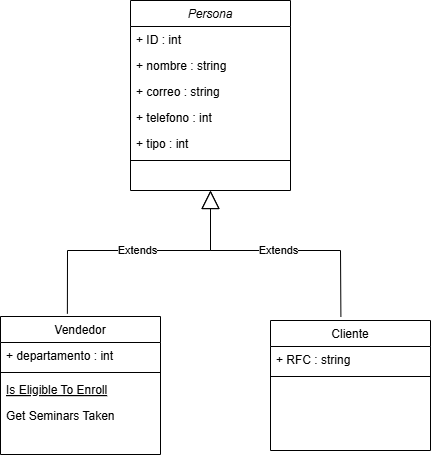
rodur79/varios keeps this draw.io diagram as CursoInfotec_TiendaDepartamental.drawio.png. Above is the earlier version. Source tidied: cells renumbered, new cells last; positions are measured from the earlier drawing's top-left corner, leaving out a move shared by most shapes.
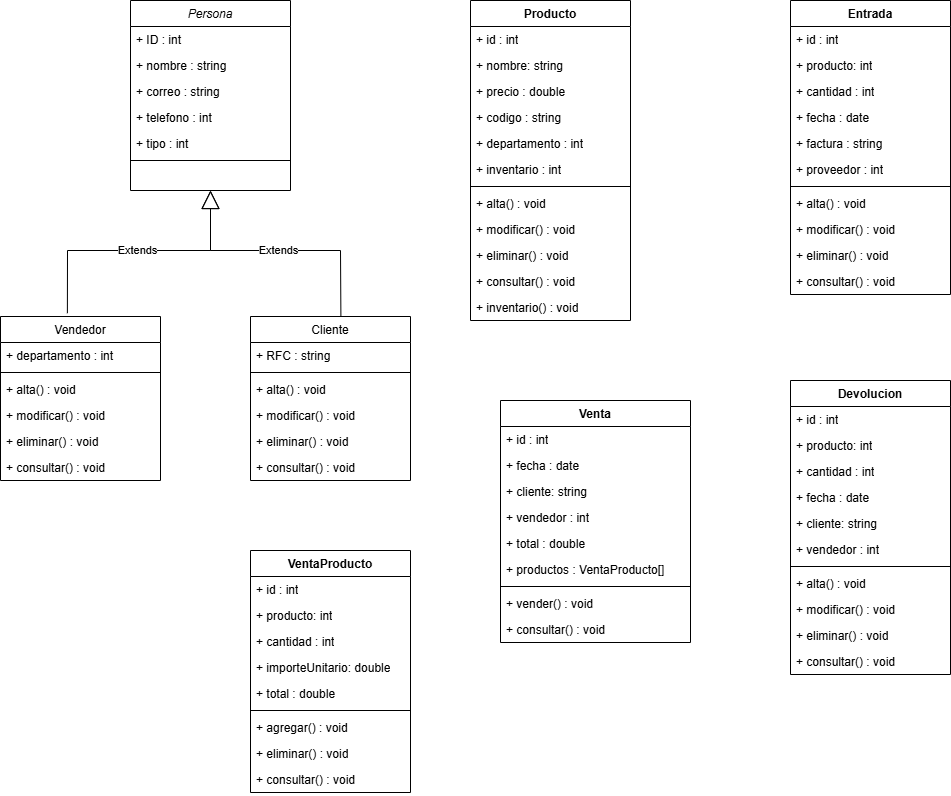
After the commit.

Diff of the diagram source:
```diff
@@ -24,7 +24,7 @@
       <mxGeometry y="156" width="160" height="8" as="geometry" />
     </mxCell>
     <mxCell id="9" value="Vendedor" style="swimlane;fontStyle=0;align=center;verticalAlign=top;horizontal=1;startSize=26;rounded=0;shadow=0;strokeWidth=1;" parent="1" vertex="1">
-      <mxGeometry y="316" width="160" height="138" as="geometry" />
+      <mxGeometry y="316" width="160" height="164" as="geometry" />
     </mxCell>
     <mxCell id="10" value="+ departamento : int" style="text;align=left;verticalAlign=top;spacingLeft=4;spacingRight=4;overflow=hidden;" parent="9" vertex="1">
       <mxGeometry y="26" width="160" height="26" as="geometry" />
@@ -32,14 +32,76 @@
     <mxCell id="11" style="line;html=1;strokeWidth=1;align=left;verticalAlign=middle;spacingTop=-1;spacingLeft=3;spacingRight=3;labelPosition=right;" parent="9" vertex="1">
       <mxGeometry y="52" width="160" height="8" as="geometry" />
     </mxCell>
-    <mxCell id="12" value="Is Eligible To Enroll" style="text;align=left;verticalAlign=top;spacingLeft=4;spacingRight=4;overflow=hidden;fontStyle=4;" parent="9" vertex="1">
+    <mxCell id="12" value="+ alta() : void" style="text;align=left;verticalAlign=top;spacingLeft=4;spacingRight=4;overflow=hidden;fontStyle=0;" parent="9" vertex="1">
       <mxGeometry y="60" width="160" height="26" as="geometry" />
     </mxCell>
-    <mxCell id="13" value="Get Seminars Taken" style="text;align=left;verticalAlign=top;spacingLeft=4;spacingRight=4;overflow=hidden;" parent="9" vertex="1">
+    <mxCell id="13" value="+ modificar() : void" style="text;align=left;verticalAlign=top;spacingLeft=4;spacingRight=4;overflow=hidden;" parent="9" vertex="1">
       <mxGeometry y="86" width="160" height="26" as="geometry" />
     </mxCell>
+    <mxCell id="19" value="+ eliminar() : void" style="text;align=left;verticalAlign=top;spacingLeft=4;spacingRight=4;overflow=hidden;" parent="9" vertex="1">
+      <mxGeometry y="112" width="160" height="26" as="geometry" />
+    </mxCell>
+    <mxCell id="20" value="+ consultar() : void" style="text;align=left;verticalAlign=top;spacingLeft=4;spacingRight=4;overflow=hidden;" parent="9" vertex="1">
+      <mxGeometry y="138" width="160" height="26" as="geometry" />
+    </mxCell>
+    <mxCell id="17" value="Extends" style="endArrow=block;endSize=16;endFill=0;html=1;rounded=0;exitX=0.44;exitY=-0.029;exitDx=0;exitDy=0;exitPerimeter=0;entryX=0.5;entryY=1;entryDx=0;entryDy=0;" parent="1" edge="1" target="2">
+      <mxGeometry relative="1" as="geometry">
+        <mxPoint x="340.4" y="316.2" as="sourcePoint" />
+        <Array as="points">
+          <mxPoint x="340" y="250" />
+          <mxPoint x="210" y="250" />
+        </Array>
+      </mxGeometry>
+    </mxCell>
+    <mxCell id="18" value="Extends" style="endArrow=block;endSize=16;endFill=0;html=1;rounded=0;exitX=0.418;exitY=-0.02;exitDx=0;exitDy=0;exitPerimeter=0;entryX=0.5;entryY=1;entryDx=0;entryDy=0;" parent="1" edge="1" source="9" target="2">
+      <mxGeometry relative="1" as="geometry">
+        <Array as="points">
+          <mxPoint x="67" y="250" />
+          <mxPoint x="210" y="250" />
+        </Array>
+      </mxGeometry>
+    </mxCell>
+    <mxCell id="21" value="Producto" style="swimlane;fontStyle=1;align=center;verticalAlign=top;horizontal=1;startSize=26;whiteSpace=wrap;html=1;" parent="1" vertex="1">
+      <mxGeometry x="470" width="160" height="320" as="geometry" />
+    </mxCell>
+    <mxCell id="22" value="+ id : int" style="text;strokeColor=none;fillColor=none;align=left;verticalAlign=top;spacingLeft=4;spacingRight=4;overflow=hidden;whiteSpace=wrap;html=1;" parent="21" vertex="1">
+      <mxGeometry y="26" width="160" height="26" as="geometry" />
+    </mxCell>
+    <mxCell id="23" value="+ nombre: string" style="text;strokeColor=none;fillColor=none;align=left;verticalAlign=top;spacingLeft=4;spacingRight=4;overflow=hidden;whiteSpace=wrap;html=1;" parent="21" vertex="1">
+      <mxGeometry y="52" width="160" height="26" as="geometry" />
+    </mxCell>
+    <mxCell id="24" value="+ precio : double" style="text;strokeColor=none;fillColor=none;align=left;verticalAlign=top;spacingLeft=4;spacingRight=4;overflow=hidden;whiteSpace=wrap;html=1;" parent="21" vertex="1">
+      <mxGeometry y="78" width="160" height="26" as="geometry" />
+    </mxCell>
+    <mxCell id="25" value="+ codigo : string" style="text;strokeColor=none;fillColor=none;align=left;verticalAlign=top;spacingLeft=4;spacingRight=4;overflow=hidden;whiteSpace=wrap;html=1;" parent="21" vertex="1">
+      <mxGeometry y="104" width="160" height="26" as="geometry" />
+    </mxCell>
+    <mxCell id="26" value="+ departamento : int" style="text;strokeColor=none;fillColor=none;align=left;verticalAlign=top;spacingLeft=4;spacingRight=4;overflow=hidden;whiteSpace=wrap;html=1;" parent="21" vertex="1">
+      <mxGeometry y="130" width="160" height="26" as="geometry" />
+    </mxCell>
+    <mxCell id="27" value="+ inventario : int" style="text;strokeColor=none;fillColor=none;align=left;verticalAlign=top;spacingLeft=4;spacingRight=4;overflow=hidden;whiteSpace=wrap;html=1;" parent="21" vertex="1">
+      <mxGeometry y="156" width="160" height="26" as="geometry" />
+    </mxCell>
+    <mxCell id="28" style="line;strokeWidth=1;fillColor=none;align=left;verticalAlign=middle;spacingTop=-1;spacingLeft=3;spacingRight=3;labelPosition=right;strokeColor=inherit;" parent="21" vertex="1">
+      <mxGeometry y="182" width="160" height="8" as="geometry" />
+    </mxCell>
+    <mxCell id="29" value="&lt;span style=&quot;text-wrap-mode: nowrap;&quot;&gt;+ alta() : void&lt;/span&gt;" style="text;strokeColor=none;fillColor=none;align=left;verticalAlign=top;spacingLeft=4;spacingRight=4;overflow=hidden;whiteSpace=wrap;html=1;" parent="21" vertex="1">
+      <mxGeometry y="190" width="160" height="26" as="geometry" />
+    </mxCell>
+    <mxCell id="30" value="&lt;span style=&quot;text-wrap-mode: nowrap;&quot;&gt;+ modificar() : void&lt;/span&gt;" style="text;strokeColor=none;fillColor=none;align=left;verticalAlign=top;spacingLeft=4;spacingRight=4;overflow=hidden;whiteSpace=wrap;html=1;" parent="21" vertex="1">
+      <mxGeometry y="216" width="160" height="26" as="geometry" />
+    </mxCell>
+    <mxCell id="31" value="&lt;span style=&quot;text-wrap-mode: nowrap;&quot;&gt;+ eliminar() : void&lt;/span&gt;" style="text;strokeColor=none;fillColor=none;align=left;verticalAlign=top;spacingLeft=4;spacingRight=4;overflow=hidden;whiteSpace=wrap;html=1;" parent="21" vertex="1">
+      <mxGeometry y="242" width="160" height="26" as="geometry" />
+    </mxCell>
+    <mxCell id="32" value="&lt;span style=&quot;text-wrap-mode: nowrap;&quot;&gt;+ consultar() : void&lt;/span&gt;" style="text;strokeColor=none;fillColor=none;align=left;verticalAlign=top;spacingLeft=4;spacingRight=4;overflow=hidden;whiteSpace=wrap;html=1;" parent="21" vertex="1">
+      <mxGeometry y="268" width="160" height="26" as="geometry" />
+    </mxCell>
+    <mxCell id="33" value="&lt;span style=&quot;text-wrap-mode: nowrap;&quot;&gt;+ inventario() : void&lt;/span&gt;" style="text;strokeColor=none;fillColor=none;align=left;verticalAlign=top;spacingLeft=4;spacingRight=4;overflow=hidden;whiteSpace=wrap;html=1;" parent="21" vertex="1">
+      <mxGeometry y="294" width="160" height="26" as="geometry" />
+    </mxCell>
     <mxCell id="14" value="Cliente" style="swimlane;fontStyle=0;align=center;verticalAlign=top;horizontal=1;startSize=26;rounded=0;shadow=0;strokeWidth=1;" parent="1" vertex="1">
-      <mxGeometry x="270" y="320" width="160" height="130" as="geometry" />
+      <mxGeometry x="250" y="316" width="160" height="164" as="geometry" />
     </mxCell>
     <mxCell id="15" value="+ RFC : string" style="text;align=left;verticalAlign=top;spacingLeft=4;spacingRight=4;overflow=hidden;" parent="14" vertex="1">
       <mxGeometry y="26" width="160" height="26" as="geometry" />
@@ -47,21 +109,149 @@
     <mxCell id="16" style="line;html=1;strokeWidth=1;align=left;verticalAlign=middle;spacingTop=-1;spacingLeft=3;spacingRight=3;labelPosition=right;" parent="14" vertex="1">
       <mxGeometry y="52" width="160" height="8" as="geometry" />
     </mxCell>
-    <mxCell id="17" value="Extends" style="endArrow=block;endSize=16;endFill=0;html=1;rounded=0;exitX=0.44;exitY=-0.029;exitDx=0;exitDy=0;exitPerimeter=0;entryX=0.5;entryY=1;entryDx=0;entryDy=0;" parent="1" edge="1" source="14" target="2">
-      <mxGeometry relative="1" as="geometry">
-        <Array as="points">
-          <mxPoint x="340" y="250" />
-          <mxPoint x="210" y="250" />
-        </Array>
-      </mxGeometry>
-    </mxCell>
-    <mxCell id="18" value="Extends" style="endArrow=block;endSize=16;endFill=0;html=1;rounded=0;exitX=0.418;exitY=-0.02;exitDx=0;exitDy=0;exitPerimeter=0;entryX=0.5;entryY=1;entryDx=0;entryDy=0;" parent="1" edge="1" source="9" target="2">
-      <mxGeometry relative="1" as="geometry">
-        <Array as="points">
-          <mxPoint x="67" y="250" />
-          <mxPoint x="210" y="250" />
-        </Array>
-      </mxGeometry>
-    </mxCell>
+    <mxCell id="34" value="+ alta() : void" style="text;align=left;verticalAlign=top;spacingLeft=4;spacingRight=4;overflow=hidden;fontStyle=0;" parent="14" vertex="1">
+      <mxGeometry y="60" width="160" height="26" as="geometry" />
+    </mxCell>
+    <mxCell id="35" value="+ modificar() : void" style="text;align=left;verticalAlign=top;spacingLeft=4;spacingRight=4;overflow=hidden;" parent="14" vertex="1">
+      <mxGeometry y="86" width="160" height="26" as="geometry" />
+    </mxCell>
+    <mxCell id="36" value="+ eliminar() : void" style="text;align=left;verticalAlign=top;spacingLeft=4;spacingRight=4;overflow=hidden;" parent="14" vertex="1">
+      <mxGeometry y="112" width="160" height="26" as="geometry" />
+    </mxCell>
+    <mxCell id="37" value="+ consultar() : void" style="text;align=left;verticalAlign=top;spacingLeft=4;spacingRight=4;overflow=hidden;" parent="14" vertex="1">
+      <mxGeometry y="138" width="160" height="26" as="geometry" />
+    </mxCell>
+    <mxCell id="38" value="Devolucion" style="swimlane;fontStyle=1;align=center;verticalAlign=top;horizontal=1;startSize=26;whiteSpace=wrap;html=1;" parent="1" vertex="1">
+      <mxGeometry x="790" y="380" width="160" height="294" as="geometry" />
+    </mxCell>
+    <mxCell id="39" value="+ id : int" style="text;strokeColor=none;fillColor=none;align=left;verticalAlign=top;spacingLeft=4;spacingRight=4;overflow=hidden;whiteSpace=wrap;html=1;" parent="38" vertex="1">
+      <mxGeometry y="26" width="160" height="26" as="geometry" />
+    </mxCell>
+    <mxCell id="40" value="+ producto: int" style="text;strokeColor=none;fillColor=none;align=left;verticalAlign=top;spacingLeft=4;spacingRight=4;overflow=hidden;whiteSpace=wrap;html=1;" parent="38" vertex="1">
+      <mxGeometry y="52" width="160" height="26" as="geometry" />
+    </mxCell>
+    <mxCell id="41" value="+ cantidad : int" style="text;strokeColor=none;fillColor=none;align=left;verticalAlign=top;spacingLeft=4;spacingRight=4;overflow=hidden;whiteSpace=wrap;html=1;" parent="38" vertex="1">
+      <mxGeometry y="78" width="160" height="26" as="geometry" />
+    </mxCell>
+    <mxCell id="42" value="+ fecha : date" style="text;strokeColor=none;fillColor=none;align=left;verticalAlign=top;spacingLeft=4;spacingRight=4;overflow=hidden;whiteSpace=wrap;html=1;" parent="38" vertex="1">
+      <mxGeometry y="104" width="160" height="26" as="geometry" />
+    </mxCell>
+    <mxCell id="43" value="+ cliente: string" style="text;strokeColor=none;fillColor=none;align=left;verticalAlign=top;spacingLeft=4;spacingRight=4;overflow=hidden;whiteSpace=wrap;html=1;" parent="38" vertex="1">
+      <mxGeometry y="130" width="160" height="26" as="geometry" />
+    </mxCell>
+    <mxCell id="44" value="+ vendedor : int" style="text;strokeColor=none;fillColor=none;align=left;verticalAlign=top;spacingLeft=4;spacingRight=4;overflow=hidden;whiteSpace=wrap;html=1;" parent="38" vertex="1">
+      <mxGeometry y="156" width="160" height="26" as="geometry" />
+    </mxCell>
+    <mxCell id="45" style="line;strokeWidth=1;fillColor=none;align=left;verticalAlign=middle;spacingTop=-1;spacingLeft=3;spacingRight=3;labelPosition=right;strokeColor=inherit;" parent="38" vertex="1">
+      <mxGeometry y="182" width="160" height="8" as="geometry" />
+    </mxCell>
+    <mxCell id="46" value="&lt;span style=&quot;text-wrap-mode: nowrap;&quot;&gt;+ alta() : void&lt;/span&gt;" style="text;strokeColor=none;fillColor=none;align=left;verticalAlign=top;spacingLeft=4;spacingRight=4;overflow=hidden;whiteSpace=wrap;html=1;" parent="38" vertex="1">
+      <mxGeometry y="190" width="160" height="26" as="geometry" />
+    </mxCell>
+    <mxCell id="47" value="&lt;span style=&quot;text-wrap-mode: nowrap;&quot;&gt;+ modificar() : void&lt;/span&gt;" style="text;strokeColor=none;fillColor=none;align=left;verticalAlign=top;spacingLeft=4;spacingRight=4;overflow=hidden;whiteSpace=wrap;html=1;" parent="38" vertex="1">
+      <mxGeometry y="216" width="160" height="26" as="geometry" />
+    </mxCell>
+    <mxCell id="48" value="&lt;span style=&quot;text-wrap-mode: nowrap;&quot;&gt;+ eliminar() : void&lt;/span&gt;" style="text;strokeColor=none;fillColor=none;align=left;verticalAlign=top;spacingLeft=4;spacingRight=4;overflow=hidden;whiteSpace=wrap;html=1;" parent="38" vertex="1">
+      <mxGeometry y="242" width="160" height="26" as="geometry" />
+    </mxCell>
+    <mxCell id="49" value="&lt;span style=&quot;text-wrap-mode: nowrap;&quot;&gt;+ consultar() : void&lt;/span&gt;" style="text;strokeColor=none;fillColor=none;align=left;verticalAlign=top;spacingLeft=4;spacingRight=4;overflow=hidden;whiteSpace=wrap;html=1;" parent="38" vertex="1">
+      <mxGeometry y="268" width="160" height="26" as="geometry" />
+    </mxCell>
+    <mxCell id="50" value="Entrada" style="swimlane;fontStyle=1;align=center;verticalAlign=top;horizontal=1;startSize=26;whiteSpace=wrap;html=1;" parent="1" vertex="1">
+      <mxGeometry x="790" width="160" height="294" as="geometry" />
+    </mxCell>
+    <mxCell id="51" value="+ id : int" style="text;strokeColor=none;fillColor=none;align=left;verticalAlign=top;spacingLeft=4;spacingRight=4;overflow=hidden;whiteSpace=wrap;html=1;" parent="50" vertex="1">
+      <mxGeometry y="26" width="160" height="26" as="geometry" />
+    </mxCell>
+    <mxCell id="52" value="+ producto: int" style="text;strokeColor=none;fillColor=none;align=left;verticalAlign=top;spacingLeft=4;spacingRight=4;overflow=hidden;whiteSpace=wrap;html=1;" parent="50" vertex="1">
+      <mxGeometry y="52" width="160" height="26" as="geometry" />
+    </mxCell>
+    <mxCell id="53" value="+ cantidad : int" style="text;strokeColor=none;fillColor=none;align=left;verticalAlign=top;spacingLeft=4;spacingRight=4;overflow=hidden;whiteSpace=wrap;html=1;" parent="50" vertex="1">
+      <mxGeometry y="78" width="160" height="26" as="geometry" />
+    </mxCell>
+    <mxCell id="54" value="+ fecha : date" style="text;strokeColor=none;fillColor=none;align=left;verticalAlign=top;spacingLeft=4;spacingRight=4;overflow=hidden;whiteSpace=wrap;html=1;" parent="50" vertex="1">
+      <mxGeometry y="104" width="160" height="26" as="geometry" />
+    </mxCell>
+    <mxCell id="55" value="+ factura : string" style="text;strokeColor=none;fillColor=none;align=left;verticalAlign=top;spacingLeft=4;spacingRight=4;overflow=hidden;whiteSpace=wrap;html=1;" parent="50" vertex="1">
+      <mxGeometry y="130" width="160" height="26" as="geometry" />
+    </mxCell>
+    <mxCell id="56" value="+ proveedor : int" style="text;strokeColor=none;fillColor=none;align=left;verticalAlign=top;spacingLeft=4;spacingRight=4;overflow=hidden;whiteSpace=wrap;html=1;" parent="50" vertex="1">
+      <mxGeometry y="156" width="160" height="26" as="geometry" />
+    </mxCell>
+    <mxCell id="57" style="line;strokeWidth=1;fillColor=none;align=left;verticalAlign=middle;spacingTop=-1;spacingLeft=3;spacingRight=3;labelPosition=right;strokeColor=inherit;" parent="50" vertex="1">
+      <mxGeometry y="182" width="160" height="8" as="geometry" />
+    </mxCell>
+    <mxCell id="58" value="&lt;span style=&quot;text-wrap-mode: nowrap;&quot;&gt;+ alta() : void&lt;/span&gt;" style="text;strokeColor=none;fillColor=none;align=left;verticalAlign=top;spacingLeft=4;spacingRight=4;overflow=hidden;whiteSpace=wrap;html=1;" parent="50" vertex="1">
+      <mxGeometry y="190" width="160" height="26" as="geometry" />
+    </mxCell>
+    <mxCell id="59" value="&lt;span style=&quot;text-wrap-mode: nowrap;&quot;&gt;+ modificar() : void&lt;/span&gt;" style="text;strokeColor=none;fillColor=none;align=left;verticalAlign=top;spacingLeft=4;spacingRight=4;overflow=hidden;whiteSpace=wrap;html=1;" parent="50" vertex="1">
+      <mxGeometry y="216" width="160" height="26" as="geometry" />
+    </mxCell>
+    <mxCell id="60" value="&lt;span style=&quot;text-wrap-mode: nowrap;&quot;&gt;+ eliminar() : void&lt;/span&gt;" style="text;strokeColor=none;fillColor=none;align=left;verticalAlign=top;spacingLeft=4;spacingRight=4;overflow=hidden;whiteSpace=wrap;html=1;" parent="50" vertex="1">
+      <mxGeometry y="242" width="160" height="26" as="geometry" />
+    </mxCell>
+    <mxCell id="61" value="&lt;span style=&quot;text-wrap-mode: nowrap;&quot;&gt;+ consultar() : void&lt;/span&gt;" style="text;strokeColor=none;fillColor=none;align=left;verticalAlign=top;spacingLeft=4;spacingRight=4;overflow=hidden;whiteSpace=wrap;html=1;" parent="50" vertex="1">
+      <mxGeometry y="268" width="160" height="26" as="geometry" />
+    </mxCell>
+    <mxCell id="62" value="VentaProducto" style="swimlane;fontStyle=1;align=center;verticalAlign=top;horizontal=1;startSize=26;whiteSpace=wrap;html=1;" parent="1" vertex="1">
+      <mxGeometry x="250" y="550" width="160" height="242" as="geometry" />
+    </mxCell>
+    <mxCell id="63" value="+ id : int" style="text;strokeColor=none;fillColor=none;align=left;verticalAlign=top;spacingLeft=4;spacingRight=4;overflow=hidden;whiteSpace=wrap;html=1;" parent="62" vertex="1">
+      <mxGeometry y="26" width="160" height="26" as="geometry" />
+    </mxCell>
+    <mxCell id="64" value="+ producto: int" style="text;strokeColor=none;fillColor=none;align=left;verticalAlign=top;spacingLeft=4;spacingRight=4;overflow=hidden;whiteSpace=wrap;html=1;" parent="62" vertex="1">
+      <mxGeometry y="52" width="160" height="26" as="geometry" />
+    </mxCell>
+    <mxCell id="65" value="+ cantidad : int" style="text;strokeColor=none;fillColor=none;align=left;verticalAlign=top;spacingLeft=4;spacingRight=4;overflow=hidden;whiteSpace=wrap;html=1;" parent="62" vertex="1">
+      <mxGeometry y="78" width="160" height="26" as="geometry" />
+    </mxCell>
+    <mxCell id="66" value="+ importeUnitario: double" style="text;strokeColor=none;fillColor=none;align=left;verticalAlign=top;spacingLeft=4;spacingRight=4;overflow=hidden;whiteSpace=wrap;html=1;" parent="62" vertex="1">
+      <mxGeometry y="104" width="160" height="26" as="geometry" />
+    </mxCell>
+    <mxCell id="67" value="+ total : double" style="text;strokeColor=none;fillColor=none;align=left;verticalAlign=top;spacingLeft=4;spacingRight=4;overflow=hidden;whiteSpace=wrap;html=1;" parent="62" vertex="1">
+      <mxGeometry y="130" width="160" height="26" as="geometry" />
+    </mxCell>
+    <mxCell id="68" style="line;strokeWidth=1;fillColor=none;align=left;verticalAlign=middle;spacingTop=-1;spacingLeft=3;spacingRight=3;labelPosition=right;strokeColor=inherit;" parent="62" vertex="1">
+      <mxGeometry y="156" width="160" height="8" as="geometry" />
+    </mxCell>
+    <mxCell id="69" value="&lt;span style=&quot;text-wrap-mode: nowrap;&quot;&gt;+ agregar() : void&lt;/span&gt;" style="text;strokeColor=none;fillColor=none;align=left;verticalAlign=top;spacingLeft=4;spacingRight=4;overflow=hidden;whiteSpace=wrap;html=1;" parent="62" vertex="1">
+      <mxGeometry y="164" width="160" height="26" as="geometry" />
+    </mxCell>
+    <mxCell id="70" value="&lt;span style=&quot;text-wrap-mode: nowrap;&quot;&gt;+ eliminar() : void&lt;/span&gt;" style="text;strokeColor=none;fillColor=none;align=left;verticalAlign=top;spacingLeft=4;spacingRight=4;overflow=hidden;whiteSpace=wrap;html=1;" parent="62" vertex="1">
+      <mxGeometry y="190" width="160" height="26" as="geometry" />
+    </mxCell>
+    <mxCell id="71" value="&lt;span style=&quot;text-wrap-mode: nowrap;&quot;&gt;+ consultar() : void&lt;/span&gt;" style="text;strokeColor=none;fillColor=none;align=left;verticalAlign=top;spacingLeft=4;spacingRight=4;overflow=hidden;whiteSpace=wrap;html=1;" parent="62" vertex="1">
+      <mxGeometry y="216" width="160" height="26" as="geometry" />
+    </mxCell>
+    <mxCell id="72" value="Venta" style="swimlane;fontStyle=1;align=center;verticalAlign=top;horizontal=1;startSize=26;whiteSpace=wrap;html=1;" parent="1" vertex="1">
+      <mxGeometry x="500" y="400" width="190" height="242" as="geometry" />
+    </mxCell>
+    <mxCell id="73" value="+ id : int" style="text;strokeColor=none;fillColor=none;align=left;verticalAlign=top;spacingLeft=4;spacingRight=4;overflow=hidden;whiteSpace=wrap;html=1;" parent="72" vertex="1">
+      <mxGeometry y="26" width="190" height="26" as="geometry" />
+    </mxCell>
+    <mxCell id="74" value="+ fecha : date" style="text;strokeColor=none;fillColor=none;align=left;verticalAlign=top;spacingLeft=4;spacingRight=4;overflow=hidden;whiteSpace=wrap;html=1;" parent="72" vertex="1">
+      <mxGeometry y="52" width="190" height="26" as="geometry" />
+    </mxCell>
+    <mxCell id="75" value="+ cliente: string" style="text;strokeColor=none;fillColor=none;align=left;verticalAlign=top;spacingLeft=4;spacingRight=4;overflow=hidden;whiteSpace=wrap;html=1;" parent="72" vertex="1">
+      <mxGeometry y="78" width="190" height="26" as="geometry" />
+    </mxCell>
+    <mxCell id="76" value="+ vendedor : int" style="text;strokeColor=none;fillColor=none;align=left;verticalAlign=top;spacingLeft=4;spacingRight=4;overflow=hidden;whiteSpace=wrap;html=1;" parent="72" vertex="1">
+      <mxGeometry y="104" width="190" height="26" as="geometry" />
+    </mxCell>
+    <mxCell id="77" value="+ total : double" style="text;strokeColor=none;fillColor=none;align=left;verticalAlign=top;spacingLeft=4;spacingRight=4;overflow=hidden;whiteSpace=wrap;html=1;" parent="72" vertex="1">
+      <mxGeometry y="130" width="190" height="26" as="geometry" />
+    </mxCell>
+    <mxCell id="78" value="+ productos : VentaProducto[]" style="text;strokeColor=none;fillColor=none;align=left;verticalAlign=top;spacingLeft=4;spacingRight=4;overflow=hidden;whiteSpace=wrap;html=1;" parent="72" vertex="1">
+      <mxGeometry y="156" width="190" height="26" as="geometry" />
+    </mxCell>
+    <mxCell id="79" style="line;strokeWidth=1;fillColor=none;align=left;verticalAlign=middle;spacingTop=-1;spacingLeft=3;spacingRight=3;labelPosition=right;strokeColor=inherit;" parent="72" vertex="1">
+      <mxGeometry y="182" width="190" height="8" as="geometry" />
+    </mxCell>
+    <mxCell id="80" value="&lt;span style=&quot;text-wrap-mode: nowrap;&quot;&gt;+ vender() : void&lt;/span&gt;" style="text;strokeColor=none;fillColor=none;align=left;verticalAlign=top;spacingLeft=4;spacingRight=4;overflow=hidden;whiteSpace=wrap;html=1;" parent="72" vertex="1">
+      <mxGeometry y="190" width="190" height="26" as="geometry" />
+    </mxCell>
+    <mxCell id="81" value="&lt;span style=&quot;text-wrap-mode: nowrap;&quot;&gt;+ consultar() : void&lt;/span&gt;" style="text;strokeColor=none;fillColor=none;align=left;verticalAlign=top;spacingLeft=4;spacingRight=4;overflow=hidden;whiteSpace=wrap;html=1;" parent="72" vertex="1">
+      <mxGeometry y="216" width="190" height="26" as="geometry" />
+    </mxCell>
   </root>
 </mxGraphModel>
```
